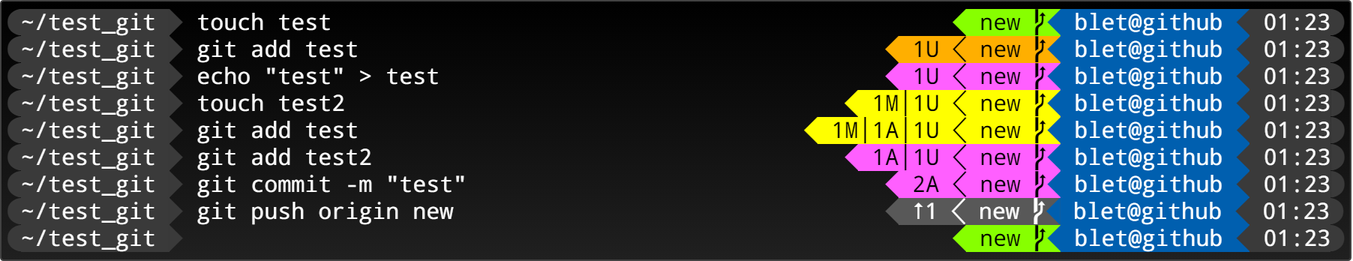
Before: images/git.drawio.png, a diagram exported from draw.io (MickaelBlet/Promptor). Source tidied: cells renumbered, new cells last; positions are measured from the earlier drawing's top-left corner, leaving out a move shared by most shapes.
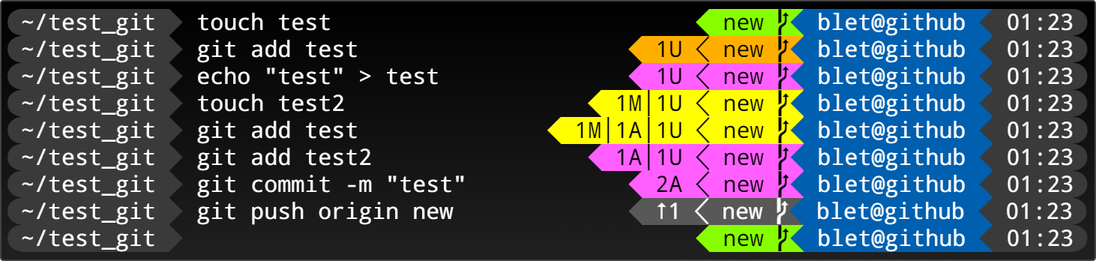
After the change.

What changed in the source:
```diff
@@ -3,10 +3,10 @@
     <mxCell id="0" />
     <mxCell id="1" parent="0" />
     <mxCell id="2" style="rounded=1;whiteSpace=wrap;html=1;arcSize=1;fillColor=#000000;strokeColor=#424242;gradientColor=#202020;gradientDirection=south;" parent="1" vertex="1">
-      <mxGeometry width="900" height="173" as="geometry" />
+      <mxGeometry width="730" height="173" as="geometry" />
     </mxCell>
-    <mxCell id="3" value="&lt;font color=&quot;#3a3a3a&quot; style=&quot;font-size: 15px&quot;&gt;&lt;/font&gt;&lt;span style=&quot;font-size: 15px ; background-color: rgb(58 , 58 , 58)&quot;&gt;~/test_git&amp;nbsp;&lt;/span&gt;&lt;font color=&quot;#3a3a3a&quot; style=&quot;font-size: 15px&quot;&gt;&lt;/font&gt;&amp;nbsp;touch test&amp;nbsp; &amp;nbsp; &amp;nbsp; &amp;nbsp; &amp;nbsp; &amp;nbsp; &amp;nbsp; &amp;nbsp; &amp;nbsp; &amp;nbsp; &amp;nbsp; &amp;nbsp; &amp;nbsp; &amp;nbsp; &amp;nbsp; &amp;nbsp; &amp;nbsp; &amp;nbsp; &amp;nbsp; &amp;nbsp; &amp;nbsp; &amp;nbsp; &amp;nbsp;&amp;nbsp;&lt;font color=&quot;#87ff00&quot; style=&quot;font-size: 15px&quot;&gt;&lt;/font&gt;&lt;span style=&quot;font-size: 15px ; background-color: rgb(135 , 255 , 0)&quot;&gt;&lt;font color=&quot;#000000&quot; style=&quot;font-size: 15px&quot;&gt;&amp;nbsp;new&amp;nbsp;&lt;/font&gt;&lt;font color=&quot;#005faf&quot; style=&quot;font-size: 15px&quot;&gt;&lt;/font&gt;&lt;/span&gt;&lt;span style=&quot;font-size: 15px ; background-color: rgb(0 , 95 , 175)&quot;&gt;&amp;nbsp;blet@github&amp;nbsp;&lt;font color=&quot;#3a3a3a&quot; style=&quot;font-size: 15px&quot;&gt;&lt;/font&gt;&lt;/span&gt;&lt;span style=&quot;font-size: 15px ; background-color: rgb(58 , 58 , 58)&quot;&gt;&amp;nbsp;01:23&lt;/span&gt;&lt;font color=&quot;#3a3a3a&quot; style=&quot;font-size: 15px&quot;&gt;&lt;br&gt;&lt;/font&gt;&lt;font color=&quot;#3a3a3a&quot;&gt;&lt;/font&gt;&lt;span style=&quot;background-color: rgb(58 , 58 , 58)&quot;&gt;~/test_git&amp;nbsp;&lt;/span&gt;&lt;font color=&quot;#3a3a3a&quot;&gt;&lt;/font&gt;&amp;nbsp;git add test&amp;nbsp; &amp;nbsp; &amp;nbsp; &amp;nbsp; &amp;nbsp; &amp;nbsp; &amp;nbsp; &amp;nbsp; &amp;nbsp; &amp;nbsp; &amp;nbsp; &amp;nbsp; &amp;nbsp; &amp;nbsp; &amp;nbsp; &amp;nbsp; &amp;nbsp; &amp;nbsp; &amp;nbsp; &amp;nbsp;&lt;font color=&quot;#ffaf00&quot;&gt;&lt;/font&gt;&lt;span style=&quot;background-color: rgb(255 , 175 , 0)&quot;&gt;&lt;span&gt;&lt;font color=&quot;#000000&quot;&gt;&amp;nbsp;1U&amp;nbsp;&lt;/font&gt;&lt;/span&gt;&lt;font color=&quot;#000000&quot;&gt;&lt;/font&gt;&lt;span&gt;&lt;font color=&quot;#000000&quot;&gt;&amp;nbsp;new&amp;nbsp;&lt;/font&gt;&lt;font color=&quot;#005faf&quot;&gt;&lt;/font&gt;&lt;/span&gt;&lt;/span&gt;&lt;span style=&quot;background-color: rgb(0 , 95 , 175)&quot;&gt;&amp;nbsp;blet@github&amp;nbsp;&lt;font color=&quot;#3a3a3a&quot;&gt;&lt;/font&gt;&lt;/span&gt;&lt;span style=&quot;background-color: rgb(58 , 58 , 58)&quot;&gt;&amp;nbsp;01:23&lt;/span&gt;&lt;font color=&quot;#3a3a3a&quot;&gt;&lt;br&gt;&lt;/font&gt;&lt;font color=&quot;#3a3a3a&quot;&gt;&lt;/font&gt;&lt;span style=&quot;background-color: rgb(58 , 58 , 58)&quot;&gt;~/test_git&amp;nbsp;&lt;/span&gt;&lt;font color=&quot;#3a3a3a&quot;&gt;&lt;/font&gt;&amp;nbsp;echo &quot;test&quot; &amp;gt; test&amp;nbsp; &amp;nbsp; &amp;nbsp; &amp;nbsp; &amp;nbsp; &amp;nbsp; &amp;nbsp; &amp;nbsp; &amp;nbsp; &amp;nbsp; &amp;nbsp; &amp;nbsp; &amp;nbsp; &amp;nbsp; &amp;nbsp; &amp;nbsp; &amp;nbsp;&lt;font color=&quot;#ff5fff&quot;&gt;&lt;/font&gt;&lt;span style=&quot;background-color: rgb(255 , 95 , 255)&quot;&gt;&lt;font color=&quot;#000000&quot;&gt;&amp;nbsp;1U&amp;nbsp;&lt;/font&gt;&lt;font color=&quot;#000000&quot;&gt;&lt;/font&gt;&lt;font color=&quot;#000000&quot;&gt;&amp;nbsp;new&amp;nbsp;&lt;/font&gt;&lt;font color=&quot;#005faf&quot;&gt;&lt;/font&gt;&lt;/span&gt;&lt;span style=&quot;background-color: rgb(0 , 95 , 175)&quot;&gt;&lt;span&gt;&amp;nbsp;&lt;/span&gt;&lt;span&gt;blet@github&amp;nbsp;&lt;font color=&quot;#3a3a3a&quot;&gt;&lt;/font&gt;&lt;/span&gt;&lt;/span&gt;&lt;span style=&quot;background-color: rgb(58 , 58 , 58)&quot;&gt;&amp;nbsp;01:23&lt;/span&gt;&lt;font color=&quot;#3a3a3a&quot;&gt;&lt;br&gt;&lt;/font&gt;&lt;font color=&quot;#3a3a3a&quot;&gt;&lt;/font&gt;&lt;span style=&quot;background-color: rgb(58 , 58 , 58)&quot;&gt;~/test_git&amp;nbsp;&lt;/span&gt;&lt;font color=&quot;#3a3a3a&quot;&gt;&lt;/font&gt;&amp;nbsp;touch test2&amp;nbsp; &amp;nbsp; &amp;nbsp; &amp;nbsp; &amp;nbsp; &amp;nbsp; &amp;nbsp; &amp;nbsp; &amp;nbsp; &amp;nbsp; &amp;nbsp; &amp;nbsp; &amp;nbsp; &amp;nbsp; &amp;nbsp; &amp;nbsp; &amp;nbsp; &amp;nbsp; &amp;nbsp;&lt;font color=&quot;#ffff00&quot;&gt;&lt;/font&gt;&lt;span style=&quot;background-color: rgb(255 , 255 , 0)&quot;&gt;&lt;span&gt;&lt;font color=&quot;#000000&quot;&gt;&amp;nbsp;1M&lt;/font&gt;&lt;/span&gt;&lt;font color=&quot;#000000&quot;&gt;│&lt;/font&gt;&lt;span&gt;&lt;font color=&quot;#000000&quot;&gt;1U&amp;nbsp;&lt;/font&gt;&lt;font color=&quot;#000000&quot;&gt;&lt;/font&gt;&lt;font color=&quot;#000000&quot;&gt;&amp;nbsp;new&amp;nbsp;&lt;/font&gt;&lt;font color=&quot;#005faf&quot;&gt;&lt;/font&gt;&lt;/span&gt;&lt;/span&gt;&lt;span style=&quot;background-color: rgb(0 , 95 , 175)&quot;&gt;&amp;nbsp;blet@github&amp;nbsp;&lt;font color=&quot;#3a3a3a&quot;&gt;&lt;/font&gt;&lt;/span&gt;&lt;span style=&quot;background-color: rgb(58 , 58 , 58)&quot;&gt;&amp;nbsp;01:23&lt;/span&gt;&lt;font color=&quot;#3a3a3a&quot;&gt;&lt;br&gt;&lt;/font&gt;&lt;font color=&quot;#3a3a3a&quot;&gt;&lt;/font&gt;&lt;span style=&quot;background-color: rgb(58 , 58 , 58)&quot;&gt;~/test_git&amp;nbsp;&lt;/span&gt;&lt;font color=&quot;#3a3a3a&quot;&gt;&lt;/font&gt;&amp;nbsp;git add test&amp;nbsp; &amp;nbsp; &amp;nbsp; &amp;nbsp; &amp;nbsp; &amp;nbsp; &amp;nbsp; &amp;nbsp; &amp;nbsp; &amp;nbsp; &amp;nbsp; &amp;nbsp; &amp;nbsp; &amp;nbsp; &amp;nbsp; &amp;nbsp; &amp;nbsp;&lt;font color=&quot;#ffff00&quot;&gt;&lt;/font&gt;&lt;span style=&quot;background-color: rgb(255 , 255 , 0)&quot;&gt;&lt;span&gt;&lt;font color=&quot;#000000&quot;&gt;&amp;nbsp;&lt;/font&gt;&lt;/span&gt;&lt;span&gt;&lt;font color=&quot;#000000&quot;&gt;1M&lt;/font&gt;&lt;/span&gt;&lt;font color=&quot;#000000&quot;&gt;│1A&lt;/font&gt;&lt;font color=&quot;#000000&quot;&gt;│&lt;/font&gt;&lt;span&gt;&lt;font color=&quot;#000000&quot;&gt;1U&amp;nbsp;&lt;/font&gt;&lt;font color=&quot;#000000&quot;&gt;&lt;/font&gt;&lt;font color=&quot;#000000&quot;&gt;&amp;nbsp;new&amp;nbsp;&lt;/font&gt;&lt;font color=&quot;#005faf&quot;&gt;&lt;/font&gt;&lt;/span&gt;&lt;/span&gt;&lt;span style=&quot;background-color: rgb(0 , 95 , 175)&quot;&gt;&amp;nbsp;blet@github&amp;nbsp;&lt;font color=&quot;#3a3a3a&quot;&gt;&lt;/font&gt;&lt;/span&gt;&lt;span style=&quot;background-color: rgb(58 , 58 , 58)&quot;&gt;&amp;nbsp;01:23&lt;/span&gt;&lt;font color=&quot;#3a3a3a&quot;&gt;&lt;/font&gt;&lt;font color=&quot;#3a3a3a&quot;&gt;&lt;br&gt;&lt;/font&gt;&lt;font color=&quot;#3a3a3a&quot;&gt;&lt;/font&gt;&lt;span style=&quot;background-color: rgb(58 , 58 , 58)&quot;&gt;~/test_git&amp;nbsp;&lt;/span&gt;&lt;font color=&quot;#3a3a3a&quot;&gt;&lt;/font&gt;&amp;nbsp;git add test2&amp;nbsp; &amp;nbsp; &amp;nbsp; &amp;nbsp; &amp;nbsp; &amp;nbsp; &amp;nbsp; &amp;nbsp; &amp;nbsp; &amp;nbsp; &amp;nbsp; &amp;nbsp; &amp;nbsp; &amp;nbsp; &amp;nbsp; &amp;nbsp; &amp;nbsp; &amp;nbsp;&lt;font color=&quot;#ff5fff&quot;&gt;&lt;/font&gt;&lt;span style=&quot;background-color: rgb(255 , 95 , 255)&quot;&gt;&lt;span&gt;&lt;font color=&quot;#000000&quot;&gt;&amp;nbsp;1A&lt;/font&gt;&lt;/span&gt;&lt;span style=&quot;color: rgb(0 , 0 , 0)&quot;&gt;│&lt;/span&gt;&lt;span&gt;&lt;font color=&quot;#000000&quot;&gt;1U&amp;nbsp;&lt;/font&gt;&lt;font color=&quot;#000000&quot;&gt;&lt;/font&gt;&lt;font color=&quot;#000000&quot;&gt;&amp;nbsp;new&amp;nbsp;&lt;/font&gt;&lt;font color=&quot;#005faf&quot;&gt;&lt;/font&gt;&lt;/span&gt;&lt;/span&gt;&lt;span style=&quot;background-color: rgb(0 , 95 , 175)&quot;&gt;&lt;span&gt;&amp;nbsp;&lt;/span&gt;&lt;span&gt;blet@github&amp;nbsp;&lt;font color=&quot;#3a3a3a&quot;&gt;&lt;/font&gt;&lt;/span&gt;&lt;/span&gt;&lt;span style=&quot;background-color: rgb(58 , 58 , 58)&quot;&gt;&amp;nbsp;01:23&lt;/span&gt;&lt;font color=&quot;#3a3a3a&quot;&gt;&lt;/font&gt;&lt;font color=&quot;#3a3a3a&quot;&gt;&lt;br&gt;&lt;/font&gt;&lt;font color=&quot;#3a3a3a&quot;&gt;&lt;/font&gt;&lt;span style=&quot;background-color: rgb(58 , 58 , 58)&quot;&gt;~/test_git&amp;nbsp;&lt;/span&gt;&lt;font color=&quot;#3a3a3a&quot;&gt;&lt;/font&gt;&amp;nbsp;git commit -m &quot;test&quot;&amp;nbsp; &amp;nbsp; &amp;nbsp; &amp;nbsp; &amp;nbsp; &amp;nbsp; &amp;nbsp; &amp;nbsp; &amp;nbsp; &amp;nbsp; &amp;nbsp; &amp;nbsp; &amp;nbsp; &amp;nbsp; &amp;nbsp; &amp;nbsp;&lt;font color=&quot;#ff5fff&quot;&gt;&lt;/font&gt;&lt;span style=&quot;background-color: rgb(255 , 95 , 255)&quot;&gt;&lt;span&gt;&lt;font color=&quot;#000000&quot;&gt;&amp;nbsp;2A&lt;/font&gt;&lt;/span&gt;&lt;span&gt;&lt;font color=&quot;#000000&quot;&gt;&amp;nbsp;&lt;/font&gt;&lt;font color=&quot;#000000&quot;&gt;&lt;/font&gt;&lt;font color=&quot;#000000&quot;&gt;&amp;nbsp;new&amp;nbsp;&lt;/font&gt;&lt;font color=&quot;#005faf&quot;&gt;&lt;/font&gt;&lt;/span&gt;&lt;/span&gt;&lt;span style=&quot;background-color: rgb(0 , 95 , 175)&quot;&gt;&lt;span&gt;&amp;nbsp;&lt;/span&gt;&lt;span&gt;blet@github&amp;nbsp;&lt;font color=&quot;#3a3a3a&quot;&gt;&lt;/font&gt;&lt;/span&gt;&lt;/span&gt;&lt;span style=&quot;background-color: rgb(58 , 58 , 58)&quot;&gt;&amp;nbsp;01:23&lt;/span&gt;&lt;font color=&quot;#3a3a3a&quot;&gt;&lt;/font&gt;&lt;font color=&quot;#3a3a3a&quot;&gt;&lt;br&gt;&lt;/font&gt;&lt;font color=&quot;#3a3a3a&quot;&gt;&lt;/font&gt;&lt;span style=&quot;background-color: rgb(58 , 58 , 58)&quot;&gt;~/test_git&amp;nbsp;&lt;/span&gt;&lt;font color=&quot;#3a3a3a&quot;&gt;&lt;/font&gt;&amp;nbsp;git push origin new&amp;nbsp; &amp;nbsp; &amp;nbsp; &amp;nbsp; &amp;nbsp; &amp;nbsp; &amp;nbsp; &amp;nbsp; &amp;nbsp; &amp;nbsp; &amp;nbsp; &amp;nbsp; &amp;nbsp; &amp;nbsp; &amp;nbsp; &amp;nbsp; &lt;font color=&quot;#585858&quot;&gt;&lt;/font&gt;&lt;span style=&quot;background-color: rgb(88 , 88 , 88)&quot;&gt;&lt;span&gt;&amp;nbsp;&lt;/span&gt;&lt;span&gt;⭡1&amp;nbsp;&lt;/span&gt;&lt;span&gt;&amp;nbsp;&lt;/span&gt;&lt;span&gt;new&amp;nbsp;&lt;font color=&quot;#005faf&quot;&gt;&lt;/font&gt;&lt;/span&gt;&lt;/span&gt;&lt;span style=&quot;background-color: rgb(0 , 95 , 175)&quot;&gt;&amp;nbsp;blet@github&amp;nbsp;&lt;font color=&quot;#3a3a3a&quot;&gt;&lt;/font&gt;&lt;/span&gt;&lt;span style=&quot;background-color: rgb(58 , 58 , 58)&quot;&gt;&amp;nbsp;01:23&lt;/span&gt;&lt;font color=&quot;#3a3a3a&quot;&gt;&lt;br&gt;&lt;/font&gt;&lt;font color=&quot;#3a3a3a&quot;&gt;&lt;/font&gt;&lt;span style=&quot;background-color: rgb(58 , 58 , 58)&quot;&gt;~/test_git&amp;nbsp;&lt;/span&gt;&lt;font color=&quot;#3a3a3a&quot;&gt;&lt;/font&gt;&amp;nbsp; &amp;nbsp; &amp;nbsp; &amp;nbsp; &amp;nbsp; &amp;nbsp; &amp;nbsp; &amp;nbsp; &amp;nbsp; &amp;nbsp; &amp;nbsp; &amp;nbsp; &amp;nbsp; &amp;nbsp; &amp;nbsp; &amp;nbsp; &amp;nbsp; &amp;nbsp; &amp;nbsp; &amp;nbsp; &amp;nbsp; &amp;nbsp; &amp;nbsp; &amp;nbsp; &amp;nbsp; &amp;nbsp; &amp;nbsp; &amp;nbsp; &amp;nbsp;&lt;font color=&quot;#87ff00&quot;&gt;&lt;/font&gt;&lt;span style=&quot;background-color: rgb(135 , 255 , 0)&quot;&gt;&lt;font color=&quot;#000000&quot;&gt;&amp;nbsp;new&amp;nbsp;&lt;/font&gt;&lt;font color=&quot;#005faf&quot;&gt;&lt;/font&gt;&lt;/span&gt;&lt;span style=&quot;background-color: rgb(0 , 95 , 175)&quot;&gt;&amp;nbsp;blet@github&amp;nbsp;&lt;font color=&quot;#3a3a3a&quot;&gt;&lt;/font&gt;&lt;/span&gt;&lt;span style=&quot;background-color: rgb(58 , 58 , 58)&quot;&gt;&amp;nbsp;01:23&lt;/span&gt;&lt;font color=&quot;#3a3a3a&quot;&gt;&lt;/font&gt;" style="text;align=left;verticalAlign=bottom;rounded=0;fontFamily=DroidSansM Nerd Font Mono;fontSize=15;fillColor=none;arcSize=0;spacing=0;fontColor=#FFFFFF;labelBackgroundColor=none;html=1;labelBorderColor=none;" parent="1" vertex="1">
-      <mxGeometry x="5" y="5" width="890" height="163" as="geometry" />
+    <mxCell id="3" value="&lt;font color=&quot;#3a3a3a&quot; style=&quot;font-size: 15px&quot;&gt;&lt;/font&gt;&lt;span style=&quot;font-size: 15px ; background-color: rgb(58 , 58 , 58)&quot;&gt;~/test_git&amp;nbsp;&lt;/span&gt;&lt;font color=&quot;#3a3a3a&quot; style=&quot;font-size: 15px&quot;&gt;&lt;/font&gt;&amp;nbsp;touch test&amp;nbsp; &amp;nbsp; &amp;nbsp; &amp;nbsp; &amp;nbsp; &amp;nbsp; &amp;nbsp; &amp;nbsp; &amp;nbsp; &amp;nbsp; &amp;nbsp; &amp;nbsp; &amp;nbsp; &amp;nbsp;&lt;font color=&quot;#87ff00&quot; style=&quot;font-size: 15px&quot;&gt;&lt;/font&gt;&lt;span style=&quot;font-size: 15px ; background-color: rgb(135 , 255 , 0)&quot;&gt;&lt;font color=&quot;#000000&quot; style=&quot;font-size: 15px&quot;&gt;&amp;nbsp;new&amp;nbsp;&lt;/font&gt;&lt;font color=&quot;#005faf&quot; style=&quot;font-size: 15px&quot;&gt;&lt;/font&gt;&lt;/span&gt;&lt;span style=&quot;font-size: 15px ; background-color: rgb(0 , 95 , 175)&quot;&gt;&amp;nbsp;blet@github&amp;nbsp;&lt;font color=&quot;#3a3a3a&quot; style=&quot;font-size: 15px&quot;&gt;&lt;/font&gt;&lt;/span&gt;&lt;span style=&quot;font-size: 15px ; background-color: rgb(58 , 58 , 58)&quot;&gt;&amp;nbsp;01:23&lt;/span&gt;&lt;font color=&quot;#3a3a3a&quot; style=&quot;font-size: 15px&quot;&gt;&lt;br&gt;&lt;/font&gt;&lt;font color=&quot;#3a3a3a&quot;&gt;&lt;/font&gt;&lt;span style=&quot;background-color: rgb(58 , 58 , 58)&quot;&gt;~/test_git&amp;nbsp;&lt;/span&gt;&lt;font color=&quot;#3a3a3a&quot;&gt;&lt;/font&gt;&amp;nbsp;git add test&amp;nbsp; &amp;nbsp; &amp;nbsp; &amp;nbsp; &amp;nbsp; &amp;nbsp; &amp;nbsp; &amp;nbsp; &amp;nbsp; &amp;nbsp;&amp;nbsp;&lt;font color=&quot;#ffaf00&quot;&gt;&lt;/font&gt;&lt;span style=&quot;background-color: rgb(255 , 175 , 0)&quot;&gt;&lt;span&gt;&lt;font color=&quot;#000000&quot;&gt;&amp;nbsp;1U&amp;nbsp;&lt;/font&gt;&lt;/span&gt;&lt;font color=&quot;#000000&quot;&gt;&lt;/font&gt;&lt;span&gt;&lt;font color=&quot;#000000&quot;&gt;&amp;nbsp;new&amp;nbsp;&lt;/font&gt;&lt;font color=&quot;#005faf&quot;&gt;&lt;/font&gt;&lt;/span&gt;&lt;/span&gt;&lt;span style=&quot;background-color: rgb(0 , 95 , 175)&quot;&gt;&amp;nbsp;blet@github&amp;nbsp;&lt;font color=&quot;#3a3a3a&quot;&gt;&lt;/font&gt;&lt;/span&gt;&lt;span style=&quot;background-color: rgb(58 , 58 , 58)&quot;&gt;&amp;nbsp;01:23&lt;/span&gt;&lt;font color=&quot;#3a3a3a&quot;&gt;&lt;br&gt;&lt;/font&gt;&lt;font color=&quot;#3a3a3a&quot;&gt;&lt;/font&gt;&lt;span style=&quot;background-color: rgb(58 , 58 , 58)&quot;&gt;~/test_git&amp;nbsp;&lt;/span&gt;&lt;font color=&quot;#3a3a3a&quot;&gt;&lt;/font&gt;&amp;nbsp;echo &quot;test&quot; &amp;gt; test&amp;nbsp; &amp;nbsp; &amp;nbsp; &amp;nbsp; &amp;nbsp; &amp;nbsp; &amp;nbsp;&amp;nbsp;&lt;font color=&quot;#ff5fff&quot;&gt;&lt;/font&gt;&lt;span style=&quot;background-color: rgb(255 , 95 , 255)&quot;&gt;&lt;font color=&quot;#000000&quot;&gt;&amp;nbsp;1U&amp;nbsp;&lt;/font&gt;&lt;font color=&quot;#000000&quot;&gt;&lt;/font&gt;&lt;font color=&quot;#000000&quot;&gt;&amp;nbsp;new&amp;nbsp;&lt;/font&gt;&lt;font color=&quot;#005faf&quot;&gt;&lt;/font&gt;&lt;/span&gt;&lt;span style=&quot;background-color: rgb(0 , 95 , 175)&quot;&gt;&lt;span&gt;&amp;nbsp;&lt;/span&gt;&lt;span&gt;blet@github&amp;nbsp;&lt;font color=&quot;#3a3a3a&quot;&gt;&lt;/font&gt;&lt;/span&gt;&lt;/span&gt;&lt;span style=&quot;background-color: rgb(58 , 58 , 58)&quot;&gt;&amp;nbsp;01:23&lt;/span&gt;&lt;font color=&quot;#3a3a3a&quot;&gt;&lt;br&gt;&lt;/font&gt;&lt;font color=&quot;#3a3a3a&quot;&gt;&lt;/font&gt;&lt;span style=&quot;background-color: rgb(58 , 58 , 58)&quot;&gt;~/test_git&amp;nbsp;&lt;/span&gt;&lt;font color=&quot;#3a3a3a&quot;&gt;&lt;/font&gt;&amp;nbsp;touch test2&amp;nbsp; &amp;nbsp; &amp;nbsp; &amp;nbsp; &amp;nbsp; &amp;nbsp; &amp;nbsp; &amp;nbsp; &amp;nbsp;&amp;nbsp;&lt;font color=&quot;#ffff00&quot;&gt;&lt;/font&gt;&lt;span style=&quot;background-color: rgb(255 , 255 , 0)&quot;&gt;&lt;span&gt;&lt;font color=&quot;#000000&quot;&gt;&amp;nbsp;1M&lt;/font&gt;&lt;/span&gt;&lt;font color=&quot;#000000&quot;&gt;│&lt;/font&gt;&lt;span&gt;&lt;font color=&quot;#000000&quot;&gt;1U&amp;nbsp;&lt;/font&gt;&lt;font color=&quot;#000000&quot;&gt;&lt;/font&gt;&lt;font color=&quot;#000000&quot;&gt;&amp;nbsp;new&amp;nbsp;&lt;/font&gt;&lt;font color=&quot;#005faf&quot;&gt;&lt;/font&gt;&lt;/span&gt;&lt;/span&gt;&lt;span style=&quot;background-color: rgb(0 , 95 , 175)&quot;&gt;&amp;nbsp;blet@github&amp;nbsp;&lt;font color=&quot;#3a3a3a&quot;&gt;&lt;/font&gt;&lt;/span&gt;&lt;span style=&quot;background-color: rgb(58 , 58 , 58)&quot;&gt;&amp;nbsp;01:23&lt;/span&gt;&lt;font color=&quot;#3a3a3a&quot;&gt;&lt;br&gt;&lt;/font&gt;&lt;font color=&quot;#3a3a3a&quot;&gt;&lt;/font&gt;&lt;span style=&quot;background-color: rgb(58 , 58 , 58)&quot;&gt;~/test_git&amp;nbsp;&lt;/span&gt;&lt;font color=&quot;#3a3a3a&quot;&gt;&lt;/font&gt;&amp;nbsp;git add test&amp;nbsp; &amp;nbsp; &amp;nbsp; &amp;nbsp; &amp;nbsp; &amp;nbsp; &amp;nbsp;&amp;nbsp;&lt;font color=&quot;#ffff00&quot;&gt;&lt;/font&gt;&lt;span style=&quot;background-color: rgb(255 , 255 , 0)&quot;&gt;&lt;span&gt;&lt;font color=&quot;#000000&quot;&gt;&amp;nbsp;&lt;/font&gt;&lt;/span&gt;&lt;span&gt;&lt;font color=&quot;#000000&quot;&gt;1M&lt;/font&gt;&lt;/span&gt;&lt;font color=&quot;#000000&quot;&gt;│1A&lt;/font&gt;&lt;font color=&quot;#000000&quot;&gt;│&lt;/font&gt;&lt;span&gt;&lt;font color=&quot;#000000&quot;&gt;1U&amp;nbsp;&lt;/font&gt;&lt;font color=&quot;#000000&quot;&gt;&lt;/font&gt;&lt;font color=&quot;#000000&quot;&gt;&amp;nbsp;new&amp;nbsp;&lt;/font&gt;&lt;font color=&quot;#005faf&quot;&gt;&lt;/font&gt;&lt;/span&gt;&lt;/span&gt;&lt;span style=&quot;background-color: rgb(0 , 95 , 175)&quot;&gt;&amp;nbsp;blet@github&amp;nbsp;&lt;font color=&quot;#3a3a3a&quot;&gt;&lt;/font&gt;&lt;/span&gt;&lt;span style=&quot;background-color: rgb(58 , 58 , 58)&quot;&gt;&amp;nbsp;01:23&lt;/span&gt;&lt;font color=&quot;#3a3a3a&quot;&gt;&lt;/font&gt;&lt;font color=&quot;#3a3a3a&quot;&gt;&lt;br&gt;&lt;/font&gt;&lt;font color=&quot;#3a3a3a&quot;&gt;&lt;/font&gt;&lt;span style=&quot;background-color: rgb(58 , 58 , 58)&quot;&gt;~/test_git&amp;nbsp;&lt;/span&gt;&lt;font color=&quot;#3a3a3a&quot;&gt;&lt;/font&gt;&amp;nbsp;git add test2&amp;nbsp; &amp;nbsp; &amp;nbsp; &amp;nbsp; &amp;nbsp; &amp;nbsp; &amp;nbsp; &amp;nbsp;&amp;nbsp;&lt;font color=&quot;#ff5fff&quot;&gt;&lt;/font&gt;&lt;span style=&quot;background-color: rgb(255 , 95 , 255)&quot;&gt;&lt;span&gt;&lt;font color=&quot;#000000&quot;&gt;&amp;nbsp;1A&lt;/font&gt;&lt;/span&gt;&lt;span style=&quot;color: rgb(0 , 0 , 0)&quot;&gt;│&lt;/span&gt;&lt;span&gt;&lt;font color=&quot;#000000&quot;&gt;1U&amp;nbsp;&lt;/font&gt;&lt;font color=&quot;#000000&quot;&gt;&lt;/font&gt;&lt;font color=&quot;#000000&quot;&gt;&amp;nbsp;new&amp;nbsp;&lt;/font&gt;&lt;font color=&quot;#005faf&quot;&gt;&lt;/font&gt;&lt;/span&gt;&lt;/span&gt;&lt;span style=&quot;background-color: rgb(0 , 95 , 175)&quot;&gt;&lt;span&gt;&amp;nbsp;&lt;/span&gt;&lt;span&gt;blet@github&amp;nbsp;&lt;font color=&quot;#3a3a3a&quot;&gt;&lt;/font&gt;&lt;/span&gt;&lt;/span&gt;&lt;span style=&quot;background-color: rgb(58 , 58 , 58)&quot;&gt;&amp;nbsp;01:23&lt;/span&gt;&lt;font color=&quot;#3a3a3a&quot;&gt;&lt;/font&gt;&lt;font color=&quot;#3a3a3a&quot;&gt;&lt;br&gt;&lt;/font&gt;&lt;font color=&quot;#3a3a3a&quot;&gt;&lt;/font&gt;&lt;span style=&quot;background-color: rgb(58 , 58 , 58)&quot;&gt;~/test_git&amp;nbsp;&lt;/span&gt;&lt;font color=&quot;#3a3a3a&quot;&gt;&lt;/font&gt;&amp;nbsp;git commit -m &quot;test&quot;&amp;nbsp; &amp;nbsp; &amp;nbsp; &amp;nbsp; &amp;nbsp; &amp;nbsp;&amp;nbsp;&lt;font color=&quot;#ff5fff&quot;&gt;&lt;/font&gt;&lt;span style=&quot;background-color: rgb(255 , 95 , 255)&quot;&gt;&lt;span&gt;&lt;font color=&quot;#000000&quot;&gt;&amp;nbsp;2A&lt;/font&gt;&lt;/span&gt;&lt;span&gt;&lt;font color=&quot;#000000&quot;&gt;&amp;nbsp;&lt;/font&gt;&lt;font color=&quot;#000000&quot;&gt;&lt;/font&gt;&lt;font color=&quot;#000000&quot;&gt;&amp;nbsp;new&amp;nbsp;&lt;/font&gt;&lt;font color=&quot;#005faf&quot;&gt;&lt;/font&gt;&lt;/span&gt;&lt;/span&gt;&lt;span style=&quot;background-color: rgb(0 , 95 , 175)&quot;&gt;&lt;span&gt;&amp;nbsp;&lt;/span&gt;&lt;span&gt;blet@github&amp;nbsp;&lt;font color=&quot;#3a3a3a&quot;&gt;&lt;/font&gt;&lt;/span&gt;&lt;/span&gt;&lt;span style=&quot;background-color: rgb(58 , 58 , 58)&quot;&gt;&amp;nbsp;01:23&lt;/span&gt;&lt;font color=&quot;#3a3a3a&quot;&gt;&lt;/font&gt;&lt;font color=&quot;#3a3a3a&quot;&gt;&lt;br&gt;&lt;/font&gt;&lt;font color=&quot;#3a3a3a&quot;&gt;&lt;/font&gt;&lt;span style=&quot;background-color: rgb(58 , 58 , 58)&quot;&gt;~/test_git&amp;nbsp;&lt;/span&gt;&lt;font color=&quot;#3a3a3a&quot;&gt;&lt;/font&gt;&amp;nbsp;git push origin new&amp;nbsp; &amp;nbsp; &amp;nbsp; &amp;nbsp; &amp;nbsp; &amp;nbsp; &amp;nbsp;&lt;font color=&quot;#585858&quot;&gt;&lt;/font&gt;&lt;span style=&quot;background-color: rgb(88 , 88 , 88)&quot;&gt;&lt;span&gt;&amp;nbsp;&lt;/span&gt;&lt;span&gt;⭡1&amp;nbsp;&lt;/span&gt;&lt;span&gt;&amp;nbsp;&lt;/span&gt;&lt;span&gt;new&amp;nbsp;&lt;font color=&quot;#005faf&quot;&gt;&lt;/font&gt;&lt;/span&gt;&lt;/span&gt;&lt;span style=&quot;background-color: rgb(0 , 95 , 175)&quot;&gt;&amp;nbsp;blet@github&amp;nbsp;&lt;font color=&quot;#3a3a3a&quot;&gt;&lt;/font&gt;&lt;/span&gt;&lt;span style=&quot;background-color: rgb(58 , 58 , 58)&quot;&gt;&amp;nbsp;01:23&lt;/span&gt;&lt;font color=&quot;#3a3a3a&quot;&gt;&lt;br&gt;&lt;/font&gt;&lt;font color=&quot;#3a3a3a&quot;&gt;&lt;/font&gt;&lt;span style=&quot;background-color: rgb(58 , 58 , 58)&quot;&gt;~/test_git&amp;nbsp;&lt;/span&gt;&lt;font color=&quot;#3a3a3a&quot;&gt;&lt;/font&gt;&amp;nbsp; &amp;nbsp; &amp;nbsp; &amp;nbsp; &amp;nbsp; &amp;nbsp; &amp;nbsp; &amp;nbsp; &amp;nbsp; &amp;nbsp; &amp;nbsp; &amp;nbsp; &amp;nbsp; &amp;nbsp; &amp;nbsp; &amp;nbsp; &amp;nbsp; &amp;nbsp; &amp;nbsp;&amp;nbsp;&lt;font color=&quot;#87ff00&quot;&gt;&lt;/font&gt;&lt;span style=&quot;background-color: rgb(135 , 255 , 0)&quot;&gt;&lt;font color=&quot;#000000&quot;&gt;&amp;nbsp;new&amp;nbsp;&lt;/font&gt;&lt;font color=&quot;#005faf&quot;&gt;&lt;/font&gt;&lt;/span&gt;&lt;span style=&quot;background-color: rgb(0 , 95 , 175)&quot;&gt;&amp;nbsp;blet@github&amp;nbsp;&lt;font color=&quot;#3a3a3a&quot;&gt;&lt;/font&gt;&lt;/span&gt;&lt;span style=&quot;background-color: rgb(58 , 58 , 58)&quot;&gt;&amp;nbsp;01:23&lt;/span&gt;&lt;font color=&quot;#3a3a3a&quot;&gt;&lt;/font&gt;" style="text;align=left;verticalAlign=bottom;rounded=0;fontFamily=DroidSansM Nerd Font Mono;fontSize=15;fillColor=none;arcSize=0;spacing=0;fontColor=#FFFFFF;labelBackgroundColor=none;html=1;labelBorderColor=none;" parent="1" vertex="1">
+      <mxGeometry x="5" y="5" width="720" height="163" as="geometry" />
     </mxCell>
   </root>
 </mxGraphModel>
```
